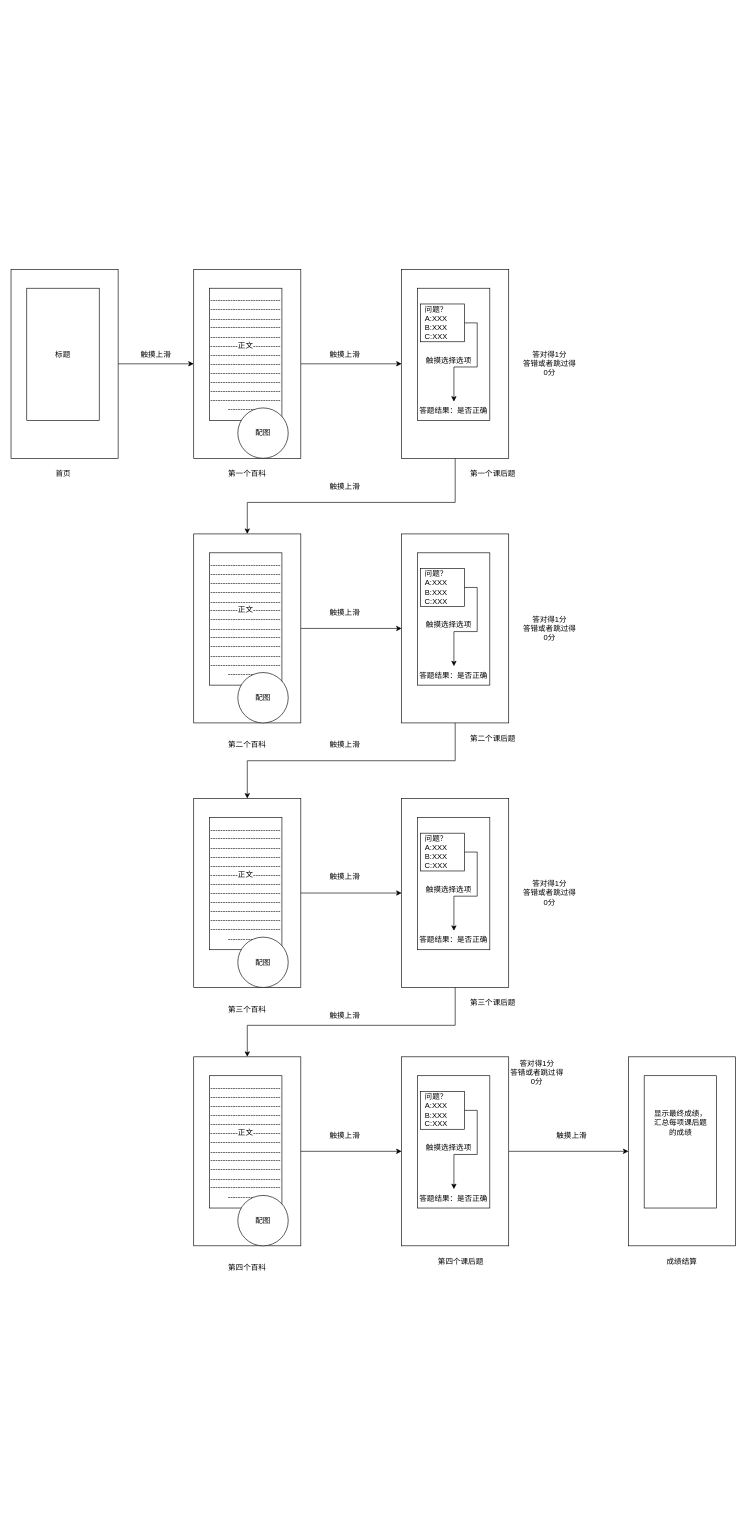
Before: 论文线框图2.drawio in hanxuebing/drawio, a draw.io diagram. Source tidied: cells renumbered, new cells numbered last; positions are measured from the earlier drawing's top-left corner, leaving out a move shared by most shapes. Both pictures are drawn from the tidied source at 63%, with x=0, y=0 at pixel (11, 269).
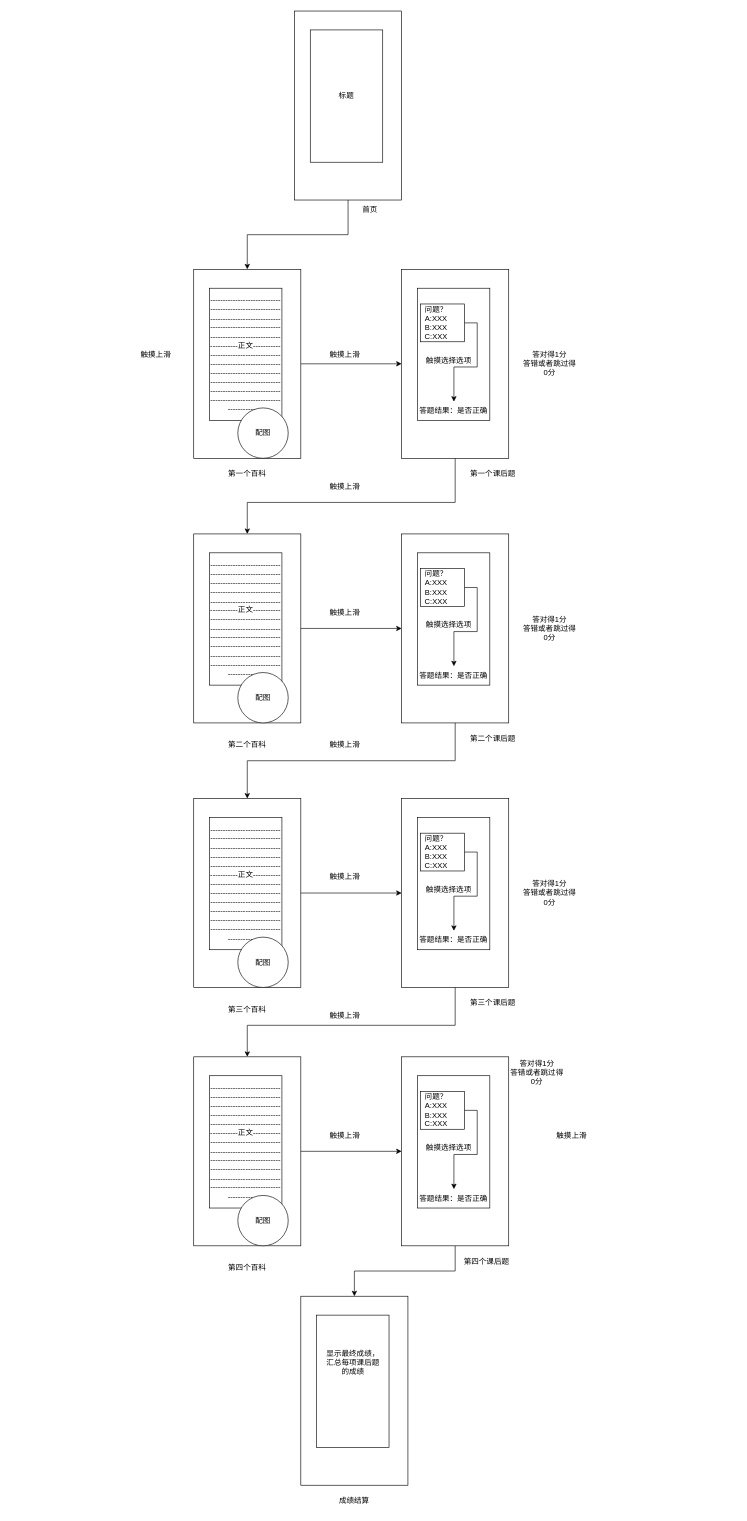
The same diagram, later.

Commit message:
更新论文线框图2.drawio

Unchanged cells that the change refers to:
```xml
<mxCell id="10" style="whiteSpace=wrap;html=1;" parent="9" vertex="1">
  <mxGeometry width="170" height="300" as="geometry" />
</mxCell>
<mxCell id="72" style="whiteSpace=wrap;html=1;" parent="1" vertex="1">
  <mxGeometry x="620" y="1250" width="170" height="300" as="geometry" />
</mxCell>
<mxCell id="82" style="whiteSpace=wrap;html=1;" parent="81" vertex="1">
  <mxGeometry y="10" width="170" height="300" as="geometry" />
</mxCell>
```

Diff of the diagram source:
```diff
@@
-    <mxCell id="4" style="edgeStyle=orthogonalEdgeStyle;rounded=0;jettySize=auto;html=1;entryX=0;entryY=0.5;entryDx=0;entryDy=0;" parent="1" edge="1" source="5" target="10">
+    <mxCell id="4" style="edgeStyle=orthogonalEdgeStyle;rounded=0;jettySize=auto;html=1;entryX=0.5;entryY=0;entryDx=0;entryDy=0;" parent="1" edge="1" source="5" target="10">
       <mxGeometry relative="1" as="geometry" />
     </mxCell>
     <mxCell id="5" style="whiteSpace=wrap;html=1;" parent="1" vertex="1">
-      <mxGeometry width="170" height="300" as="geometry" />
+      <mxGeometry x="450" y="-410" width="170" height="300" as="geometry" />
     </mxCell>
     <mxCell id="6" value="标题" style="whiteSpace=wrap;html=1;" parent="1" vertex="1">
-      <mxGeometry x="25" y="30" width="115" height="210" as="geometry" />
+      <mxGeometry x="475" y="-380" width="115" height="210" as="geometry" />
     </mxCell>
     <mxCell id="7" value="首页" style="text;strokeColor=none;align=center;fillColor=none;html=1;verticalAlign=middle;whiteSpace=wrap;rounded=0;" parent="1" vertex="1">
-      <mxGeometry x="52.5" y="310" width="60" height="30" as="geometry" />
+      <mxGeometry x="540" y="-110" width="60" height="30" as="geometry" />
     </mxCell>
@@
-    <mxCell id="71" style="edgeStyle=orthogonalEdgeStyle;rounded=0;jettySize=auto;html=1;entryX=0;entryY=0.5;entryDx=0;entryDy=0;exitX=1;exitY=0.5;exitDx=0;exitDy=0;" parent="1" edge="1" source="72" target="82">
+    <mxCell id="71" style="edgeStyle=orthogonalEdgeStyle;rounded=0;jettySize=auto;html=1;exitX=0.5;exitY=1;exitDx=0;exitDy=0;" parent="1" edge="1" source="72" target="82">
       <mxGeometry relative="1" as="geometry" />
     </mxCell>
@@
     <mxCell id="74" value="第四个课后题" style="text;strokeColor=none;align=center;fillColor=none;html=1;verticalAlign=middle;whiteSpace=wrap;rounded=0;" parent="1" vertex="1">
-      <mxGeometry x="668.8" y="1560" width="90" height="30" as="geometry" />
+      <mxGeometry x="710" y="1560" width="90" height="30" as="geometry" />
     </mxCell>
@@
     <mxCell id="81" style="group;" parent="1" vertex="1">
-      <mxGeometry x="980" y="1240" width="170" height="340" as="geometry" />
+      <mxGeometry x="460" y="1620" width="170" height="340" as="geometry" />
     </mxCell>
```
